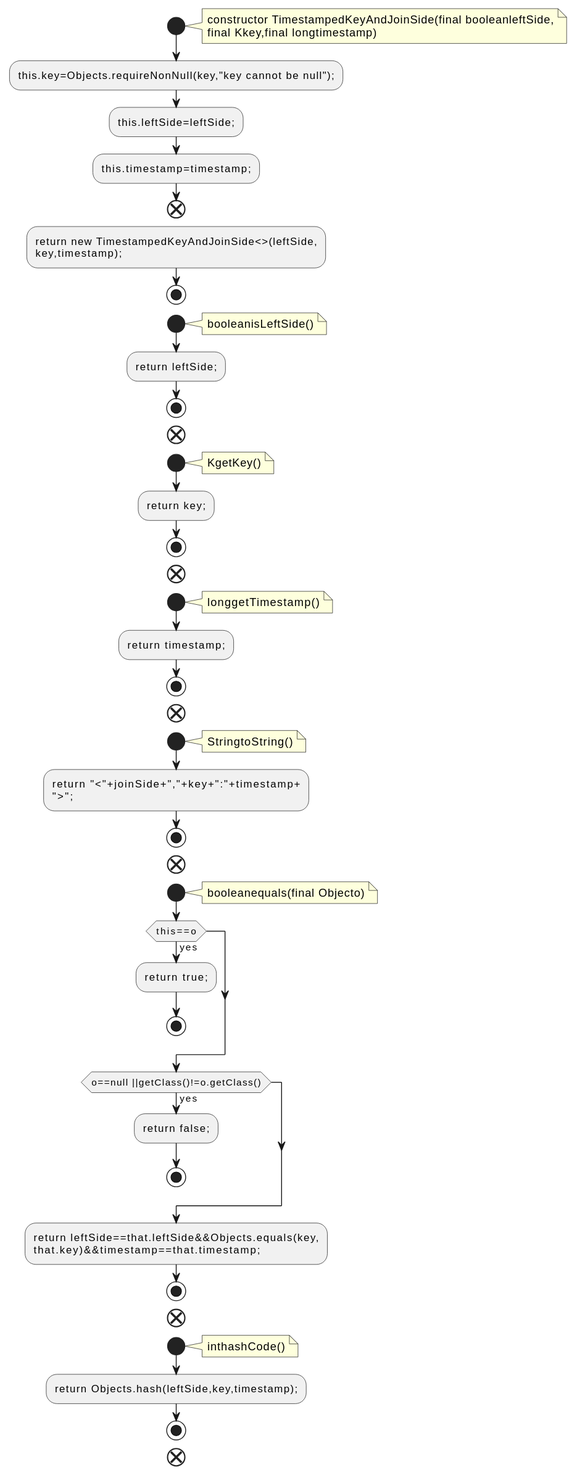
Before: docs/qc/streams/src/main/java/org/apache/kafka/streams/state/internals/TimestampedKeyAndJoinSide.java.fct.svg, a diagram exported from PlantUML (qualitesys/kafka).
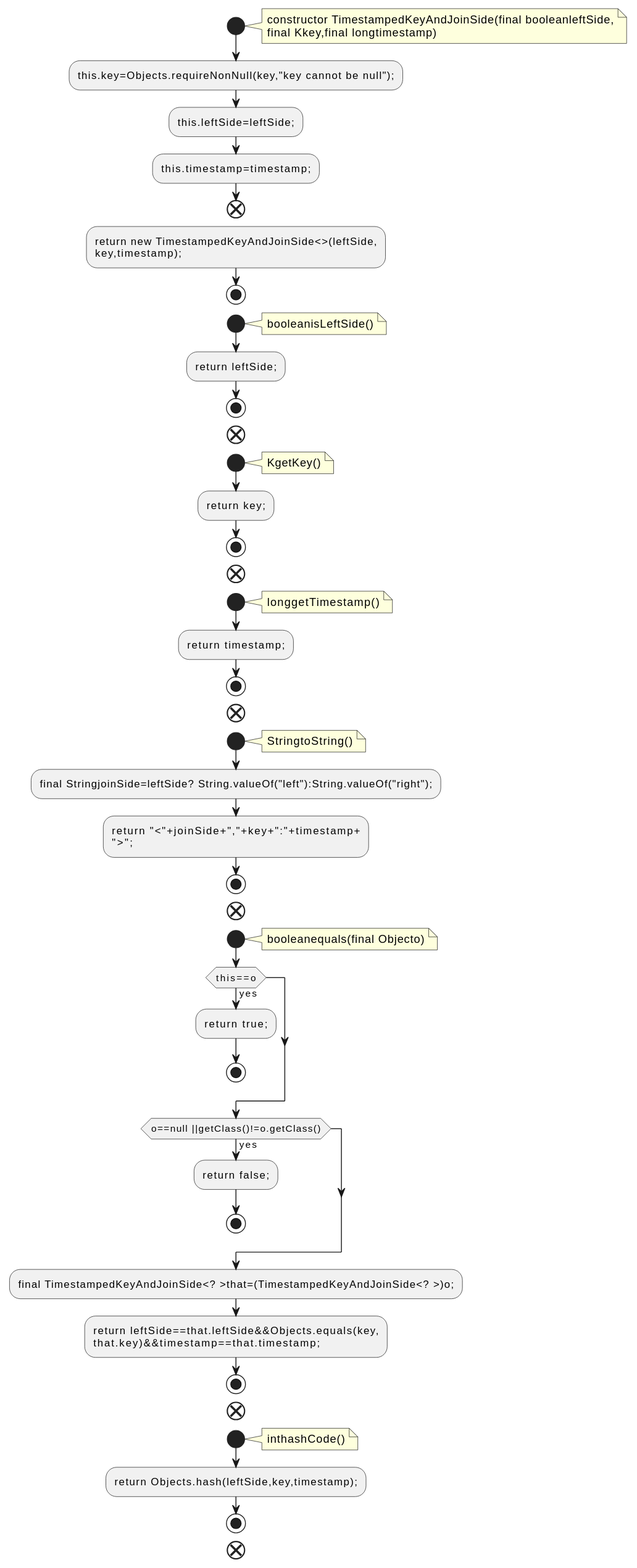
The same diagram one commit later.

What changed in the source:
```diff
@@ -37,6 +37,7 @@
 note right
 StringtoString()
 end note
+:final StringjoinSide=leftSide? String.valueOf("left"):String.valueOf("right");;
 :return "<"+joinSide+","+key+":"+timestamp+
 ">";;
 stop
@@ -53,6 +54,7 @@
 :return false;;
 stop
 endif
+:final TimestampedKeyAndJoinSide<? >that=(TimestampedKeyAndJoinSide<? >)o;;
 :return leftSide==that.leftSide&&Objects.equals(key,
 that.key)&&timestamp==that.timestamp;;
 stop
```
